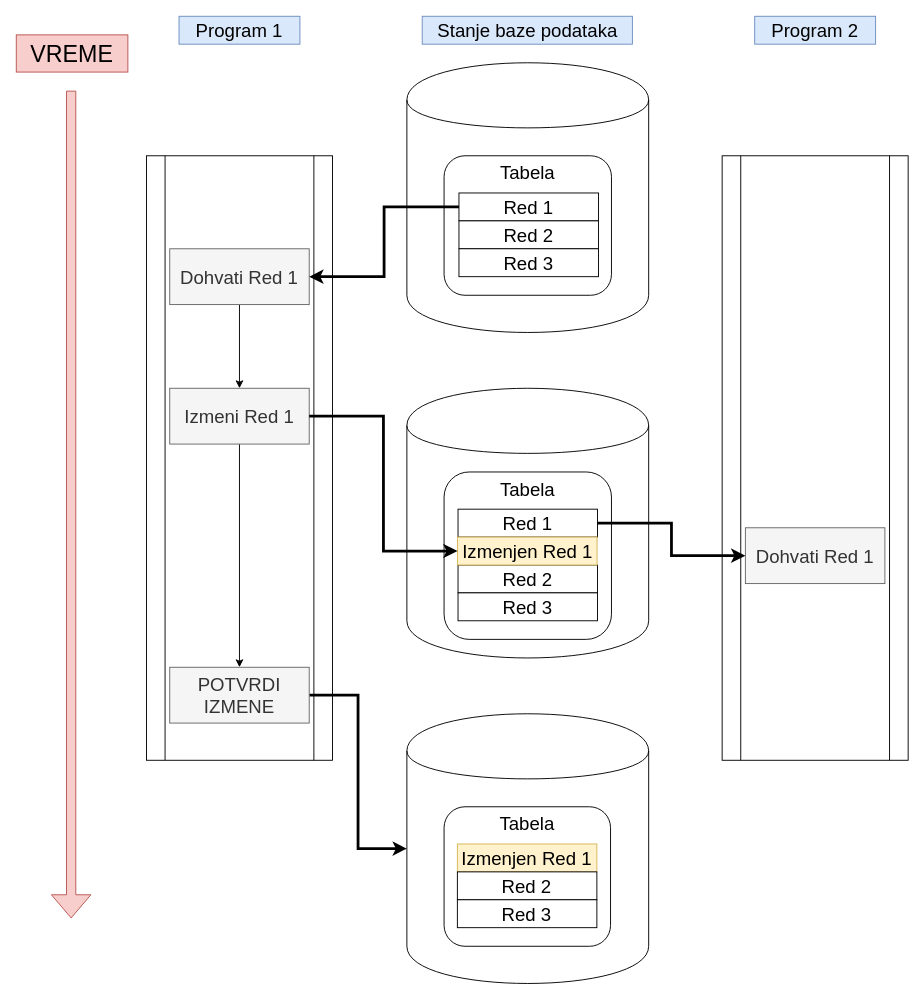
ajzenhamernikola/PDb2BP keeps this draw.io diagram as poglavlja/4/Slike/CitanjePrePotvrdjivanja.drawio. Above is the earlier version. Source tidied: cells renumbered, new cells numbered last; positions are measured from the earlier drawing's top-left corner, leaving out a move shared by most shapes. Both pictures are drawn from the tidied source at 93%, with x=0, y=0 at pixel (16, 16).
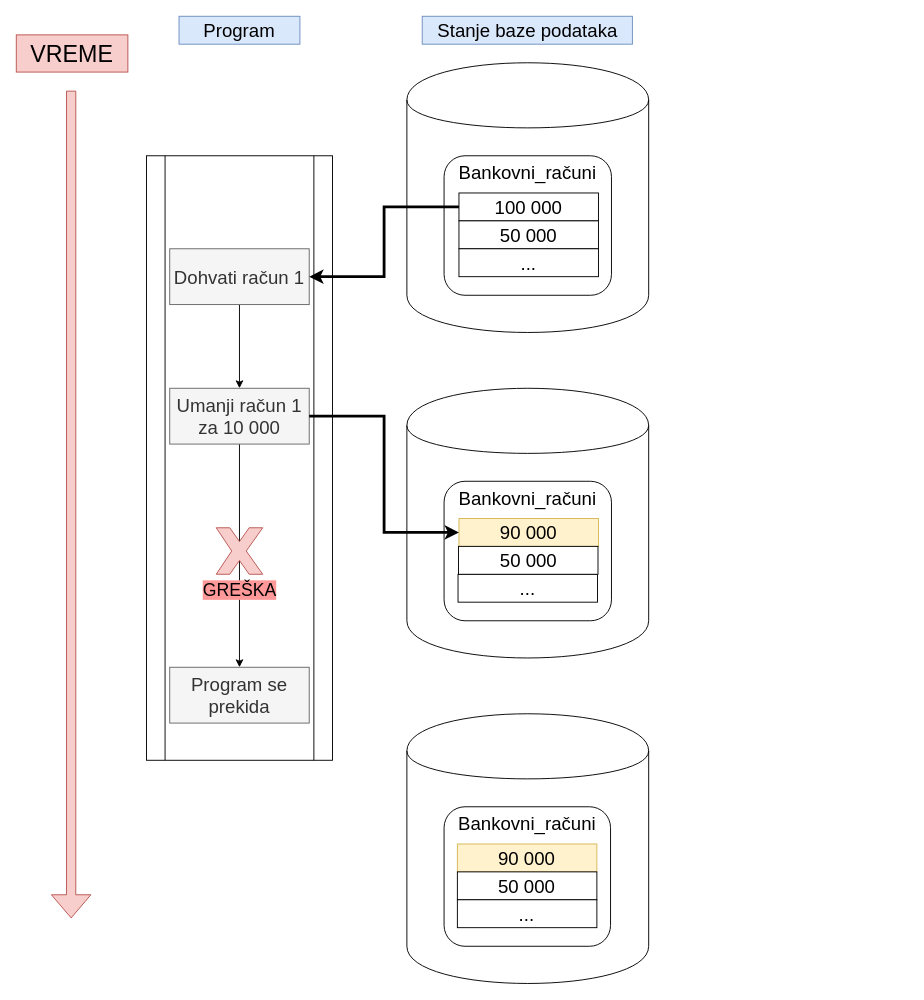
The same page after the edit.

The change refers to these unchanged cells:
```xml
<mxCell id="17" style="group;fontSize=20;" parent="1" vertex="1">
  <mxGeometry x="460" y="150" width="180" height="150" as="geometry" />
</mxCell>
<mxCell id="23" style="shape=cylinder;whiteSpace=wrap;html=1;boundedLbl=1;backgroundOutline=1;verticalAlign=middle;labelPosition=center;verticalLabelPosition=middle;align=center;fontSize=20;" parent="1" vertex="1">
  <mxGeometry x="420" y="750" width="260" height="290" as="geometry" />
</mxCell>
<mxCell id="24" style="group;fontSize=20;" parent="1" vertex="1">
  <mxGeometry x="460" y="850" width="180" height="150" as="geometry" />
</mxCell>
```

Diff of the diagram source:
```diff
@@
+    <mxCell id="22" style="shape=cylinder;whiteSpace=wrap;html=1;boundedLbl=1;backgroundOutline=1;verticalAlign=middle;labelPosition=center;verticalLabelPosition=middle;align=center;fontSize=20;" parent="1" vertex="1">
+      <mxGeometry x="420" y="400" width="260" height="290" as="geometry" />
+    </mxCell>
+    <mxCell id="30" value="Bankovni_računi" style="rounded=1;whiteSpace=wrap;html=1;verticalAlign=top;fontSize=20;" parent="1" vertex="1">
+      <mxGeometry x="460" y="500" width="180" height="150" as="geometry" />
+    </mxCell>
+    <mxCell id="34" value="90 000" style="rounded=0;whiteSpace=wrap;html=1;fillColor=#fff2cc;strokeColor=#d6b656;fontSize=20;" parent="1" vertex="1">
+      <mxGeometry x="476" y="540" width="150" height="30" as="geometry" />
+    </mxCell>
@@
-    <mxCell id="4" value="Dohvati Red 1" style="text;html=1;strokeColor=#666666;fillColor=#f5f5f5;align=center;verticalAlign=middle;whiteSpace=wrap;rounded=0;fontColor=#333333;fontSize=20;" parent="1" vertex="1">
+    <mxCell id="4" value="Dohvati račun 1" style="text;html=1;strokeColor=#666666;fillColor=#f5f5f5;align=center;verticalAlign=middle;whiteSpace=wrap;rounded=0;fontColor=#333333;fontSize=20;" parent="1" vertex="1">
       <mxGeometry x="165" y="250" width="150" height="60" as="geometry" />
     </mxCell>
@@
-    <mxCell id="6" value="Izmeni Red 1" style="text;html=1;strokeColor=#666666;fillColor=#f5f5f5;align=center;verticalAlign=middle;whiteSpace=wrap;rounded=0;fontColor=#333333;fontSize=20;" parent="1" vertex="1">
+    <mxCell id="6" value="Umanji račun 1&lt;br&gt;za 10 000" style="text;html=1;strokeColor=#666666;fillColor=#f5f5f5;align=center;verticalAlign=middle;whiteSpace=wrap;rounded=0;fontColor=#333333;fontSize=20;" parent="1" vertex="1">
       <mxGeometry x="165" y="400" width="150" height="60" as="geometry" />
     </mxCell>
-    <mxCell id="7" style="shape=process;whiteSpace=wrap;html=1;backgroundOutline=1;verticalAlign=top;fontSize=20;" parent="1" vertex="1">
-      <mxGeometry x="759" y="150" width="200" height="650" as="geometry" />
-    </mxCell>
-    <mxCell id="8" value="Dohvati Red 1" style="text;html=1;strokeColor=#666666;fillColor=#f5f5f5;align=center;verticalAlign=middle;whiteSpace=wrap;rounded=0;fontColor=#333333;fontSize=20;" parent="1" vertex="1">
-      <mxGeometry x="784" y="550" width="150" height="60" as="geometry" />
-    </mxCell>
@@
-    <mxCell id="10" value="Program 1" style="text;html=1;strokeColor=#6c8ebf;fillColor=#dae8fc;align=center;verticalAlign=middle;whiteSpace=wrap;rounded=0;fontSize=20;" parent="1" vertex="1">
+    <mxCell id="10" value="Program" style="text;html=1;strokeColor=#6c8ebf;fillColor=#dae8fc;align=center;verticalAlign=middle;whiteSpace=wrap;rounded=0;fontSize=20;" parent="1" vertex="1">
       <mxGeometry x="175" width="130" height="30" as="geometry" />
     </mxCell>
-    <mxCell id="11" value="Program 2" style="text;html=1;strokeColor=#6c8ebf;fillColor=#dae8fc;align=center;verticalAlign=middle;whiteSpace=wrap;rounded=0;fontSize=20;" parent="1" vertex="1">
-      <mxGeometry x="794" width="130" height="30" as="geometry" />
-    </mxCell>
-    <mxCell id="12" style="edgeStyle=orthogonalEdgeStyle;rounded=0;jettySize=auto;html=1;exitX=1;exitY=0.5;exitDx=0;exitDy=0;entryX=0;entryY=0.5;entryDx=0;entryDy=0;fontSize=20;strokeWidth=3;" parent="1" edge="1" source="13" target="23">
-      <mxGeometry relative="1" as="geometry" />
-    </mxCell>
-    <mxCell id="13" value="POTVRDI IZMENE" style="text;html=1;strokeColor=#666666;fillColor=#f5f5f5;align=center;verticalAlign=middle;whiteSpace=wrap;rounded=0;fontColor=#333333;fontSize=20;" parent="1" vertex="1">
+    <mxCell id="13" value="Program se prekida" style="text;html=1;strokeColor=#666666;fillColor=#f5f5f5;align=center;verticalAlign=middle;whiteSpace=wrap;rounded=0;fontColor=#333333;fontSize=20;" parent="1" vertex="1">
       <mxGeometry x="165" y="700" width="150" height="60" as="geometry" />
     </mxCell>
@@
-    <mxCell id="18" value="Tabela" style="rounded=1;whiteSpace=wrap;html=1;verticalAlign=top;fontSize=20;" parent="17" vertex="1">
+    <mxCell id="18" value="Bankovni_računi" style="rounded=1;whiteSpace=wrap;html=1;verticalAlign=top;fontSize=20;" parent="17" vertex="1">
       <mxGeometry width="180" height="150" as="geometry" />
     </mxCell>
-    <mxCell id="19" value="Red 1" style="rounded=0;whiteSpace=wrap;html=1;fontSize=20;" parent="17" vertex="1">
+    <mxCell id="19" value="100 000" style="rounded=0;whiteSpace=wrap;html=1;fontSize=20;" parent="17" vertex="1">
       <mxGeometry x="16" y="40" width="150" height="30" as="geometry" />
     </mxCell>
-    <mxCell id="20" value="Red 2" style="rounded=0;whiteSpace=wrap;html=1;fontSize=20;" parent="17" vertex="1">
+    <mxCell id="20" value="50 000" style="rounded=0;whiteSpace=wrap;html=1;fontSize=20;" parent="17" vertex="1">
       <mxGeometry x="16" y="70" width="150" height="30" as="geometry" />
     </mxCell>
-    <mxCell id="21" value="Red 3" style="rounded=0;whiteSpace=wrap;html=1;fontSize=20;" parent="17" vertex="1">
+    <mxCell id="21" value="..." style="rounded=0;whiteSpace=wrap;html=1;fontSize=20;" parent="17" vertex="1">
       <mxGeometry x="16" y="100" width="150" height="30" as="geometry" />
     </mxCell>
-    <mxCell id="22" style="shape=cylinder;whiteSpace=wrap;html=1;boundedLbl=1;backgroundOutline=1;verticalAlign=middle;labelPosition=center;verticalLabelPosition=middle;align=center;fontSize=20;" parent="1" vertex="1">
-      <mxGeometry x="420" y="400" width="260" height="290" as="geometry" />
-    </mxCell>
@@
-    <mxCell id="25" value="Tabela" style="rounded=1;whiteSpace=wrap;html=1;verticalAlign=top;fontSize=20;" parent="24" vertex="1">
+    <mxCell id="25" value="Bankovni_računi" style="rounded=1;whiteSpace=wrap;html=1;verticalAlign=top;fontSize=20;" parent="24" vertex="1">
       <mxGeometry width="179" height="150" as="geometry" />
     </mxCell>
-    <mxCell id="26" value="Izmenjen Red 1" style="rounded=0;whiteSpace=wrap;html=1;fillColor=#fff2cc;strokeColor=#d6b656;fontSize=20;" parent="24" vertex="1">
+    <mxCell id="26" value="90 000" style="rounded=0;whiteSpace=wrap;html=1;fillColor=#fff2cc;strokeColor=#d6b656;fontSize=20;" parent="24" vertex="1">
       <mxGeometry x="14.3" y="40" width="150" height="30" as="geometry" />
     </mxCell>
-    <mxCell id="27" value="Red 2" style="rounded=0;whiteSpace=wrap;html=1;fontSize=20;" parent="24" vertex="1">
+    <mxCell id="27" value="50 000" style="rounded=0;whiteSpace=wrap;html=1;fontSize=20;" parent="24" vertex="1">
       <mxGeometry x="14.3" y="70" width="150" height="30" as="geometry" />
     </mxCell>
-    <mxCell id="28" value="Red 3" style="rounded=0;whiteSpace=wrap;html=1;fontSize=20;" parent="24" vertex="1">
+    <mxCell id="28" value="..." style="rounded=0;whiteSpace=wrap;html=1;fontSize=20;" parent="24" vertex="1">
       <mxGeometry x="14.3" y="100" width="150" height="30" as="geometry" />
     </mxCell>
@@
-    <mxCell id="30" value="Tabela" style="rounded=1;whiteSpace=wrap;html=1;verticalAlign=top;fontSize=20;" parent="1" vertex="1">
-      <mxGeometry x="460" y="490" width="180" height="180" as="geometry" />
-    </mxCell>
-    <mxCell id="31" value="Red 1" style="rounded=0;whiteSpace=wrap;html=1;fontSize=20;" parent="1" vertex="1">
-      <mxGeometry x="475" y="530" width="150" height="30" as="geometry" />
-    </mxCell>
-    <mxCell id="32" value="Red 2" style="rounded=0;whiteSpace=wrap;html=1;fontSize=20;" parent="1" vertex="1">
-      <mxGeometry x="475" y="590" width="150" height="30" as="geometry" />
+    <mxCell id="32" value="..." style="rounded=0;whiteSpace=wrap;html=1;fontSize=20;" parent="1" vertex="1">
+      <mxGeometry x="475" y="600" width="150" height="30" as="geometry" />
     </mxCell>
-    <mxCell id="33" value="Red 3" style="rounded=0;whiteSpace=wrap;html=1;fontSize=20;" parent="1" vertex="1">
-      <mxGeometry x="475" y="620" width="150" height="30" as="geometry" />
+    <mxCell id="33" value="50 000" style="rounded=0;whiteSpace=wrap;html=1;fontSize=20;" parent="1" vertex="1">
+      <mxGeometry x="475.5" y="570" width="150" height="30" as="geometry" />
     </mxCell>
-    <mxCell id="34" value="Izmenjen Red 1" style="rounded=0;whiteSpace=wrap;html=1;fillColor=#fff2cc;strokeColor=#d6b656;fontSize=20;" parent="1" vertex="1">
-      <mxGeometry x="474.5" y="560" width="150" height="30" as="geometry" />
-    </mxCell>
@@
-    <mxCell id="36" style="edgeStyle=orthogonalEdgeStyle;rounded=0;jettySize=auto;html=1;exitX=1;exitY=0.5;exitDx=0;exitDy=0;entryX=0;entryY=0.5;entryDx=0;entryDy=0;fontSize=20;strokeWidth=3;" parent="1" edge="1" source="31" target="8">
-      <mxGeometry relative="1" as="geometry" />
-    </mxCell>
+    <mxCell id="37" value="&lt;font style=&quot;font-size: 19px ; background-color: rgb(255 , 153 , 153)&quot;&gt;GREŠKA&lt;/font&gt;" style="verticalLabelPosition=bottom;verticalAlign=top;html=1;shape=mxgraph.basic.x;fillColor=#f8cecc;strokeColor=#b85450;" parent="1" vertex="1">
+      <mxGeometry x="215" y="550" width="50" height="50" as="geometry" />
+    </mxCell>
```
